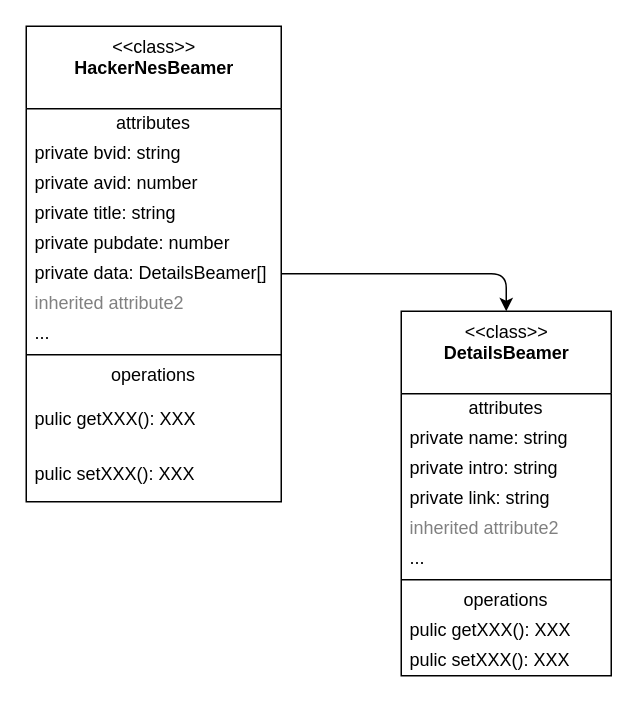
This is docs/model/beamer.drawio from tower-town/Koala-Hacker-News, a draw.io file, before an edit. Source tidied: cells renumbered, new cells numbered last; positions are measured from the earlier drawing's top-left corner, leaving out a move shared by most shapes. Both pictures are drawn from the tidied source at 150%, with x=0, y=0 at pixel (26, 26).
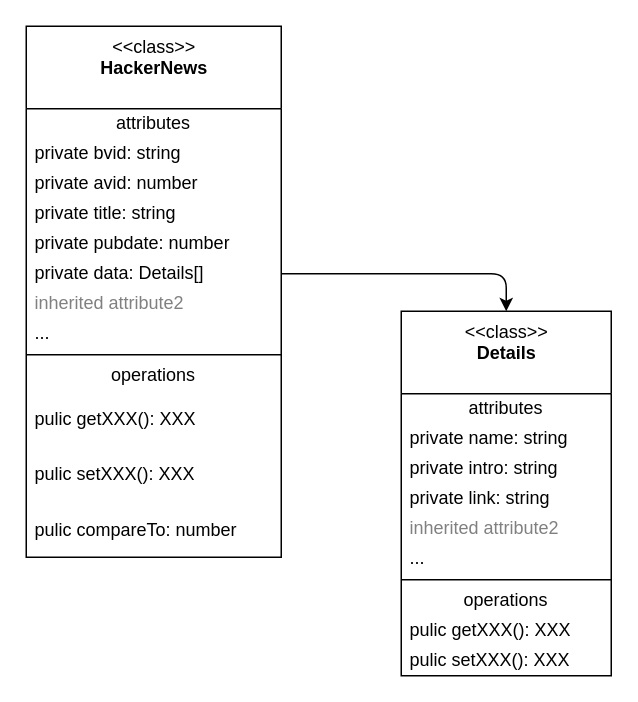
The same diagram, later.

Diff of the diagram source:
```diff
@@
-    <mxCell id="2" value="&amp;lt;&amp;lt;class&amp;gt;&amp;gt;&lt;br&gt;&lt;b&gt;HackerNesBeamer&lt;/b&gt;" style="swimlane;fontStyle=0;align=center;verticalAlign=top;horizontal=1;startSize=55;html=1;" parent="1" vertex="1">
-      <mxGeometry width="170" height="317" as="geometry" />
+    <mxCell id="2" value="&amp;lt;&amp;lt;class&amp;gt;&amp;gt;&lt;br&gt;&lt;b&gt;HackerNews&lt;/b&gt;" style="swimlane;fontStyle=0;align=center;verticalAlign=top;horizontal=1;startSize=55;html=1;" parent="1" vertex="1">
+      <mxGeometry width="170" height="354" as="geometry" />
     </mxCell>
@@
-    <mxCell id="8" value="private data: DetailsBeamer[]" style="text;html=1;strokeColor=none;fillColor=none;align=left;verticalAlign=middle;spacingLeft=4;spacingRight=4;overflow=hidden;points=[[0,0.5],[1,0.5]];portConstraint=eastwest;" parent="2" vertex="1">
+    <mxCell id="8" value="private data: Details[]" style="text;html=1;strokeColor=none;fillColor=none;align=left;verticalAlign=middle;spacingLeft=4;spacingRight=4;overflow=hidden;points=[[0,0.5],[1,0.5]];portConstraint=eastwest;" parent="2" vertex="1">
       <mxGeometry y="155" width="170" height="20" as="geometry" />
     </mxCell>
@@
+    <mxCell id="27" value="pulic setXXX(): XXX" style="text;html=1;strokeColor=none;fillColor=none;align=left;verticalAlign=middle;spacingLeft=4;spacingRight=4;overflow=hidden;" parent="2" vertex="1">
+      <mxGeometry y="280" width="170" height="37" as="geometry" />
+    </mxCell>
-    <mxCell id="14" value="pulic setXXX(): XXX" style="text;html=1;strokeColor=none;fillColor=none;align=left;verticalAlign=middle;spacingLeft=4;spacingRight=4;overflow=hidden;" parent="2" vertex="1">
-      <mxGeometry y="280" width="170" height="37" as="geometry" />
+    <mxCell id="14" value="pulic compareTo: number" style="text;html=1;strokeColor=none;fillColor=none;align=left;verticalAlign=middle;spacingLeft=4;spacingRight=4;overflow=hidden;" parent="2" vertex="1">
+      <mxGeometry y="317" width="170" height="37" as="geometry" />
     </mxCell>
-    <mxCell id="15" value="&amp;lt;&amp;lt;class&amp;gt;&amp;gt;&lt;br&gt;&lt;b&gt;DetailsBeamer&lt;/b&gt;" style="swimlane;fontStyle=0;align=center;verticalAlign=top;horizontal=1;startSize=55;html=1;" parent="1" vertex="1">
+    <mxCell id="15" value="&amp;lt;&amp;lt;class&amp;gt;&amp;gt;&lt;br&gt;&lt;b&gt;Details&lt;/b&gt;" style="swimlane;fontStyle=0;align=center;verticalAlign=top;horizontal=1;startSize=55;html=1;" parent="1" vertex="1">
       <mxGeometry x="250" y="190" width="140" height="243" as="geometry" />
     </mxCell>
```
